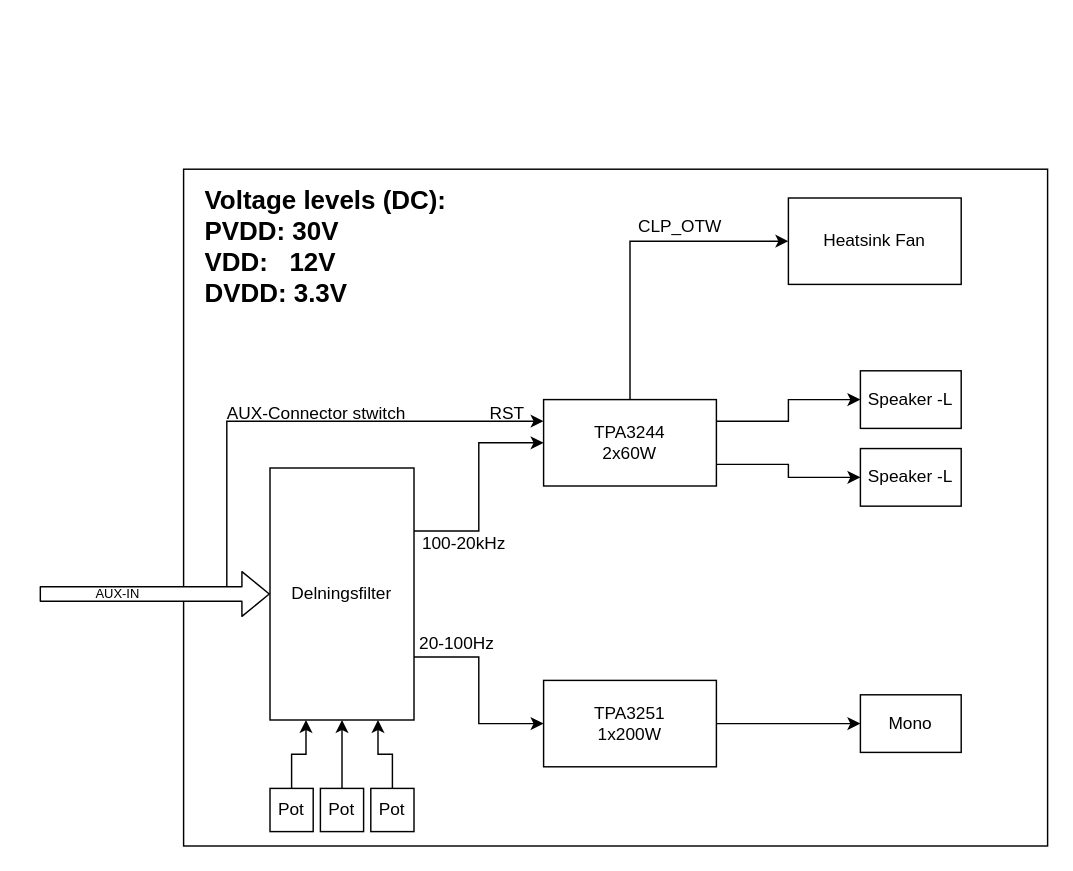
This is Documentation/Blockdiagram.drawio from JoeyStrandnes/TSTE93_Slutsteget, a draw.io file, before an edit. Source tidied: cells renumbered, new cells numbered last; positions are measured from the earlier drawing's top-left corner, leaving out a move shared by most shapes. Both pictures are drawn from the tidied source at 144%, with x=0, y=0 at pixel (39, 168).
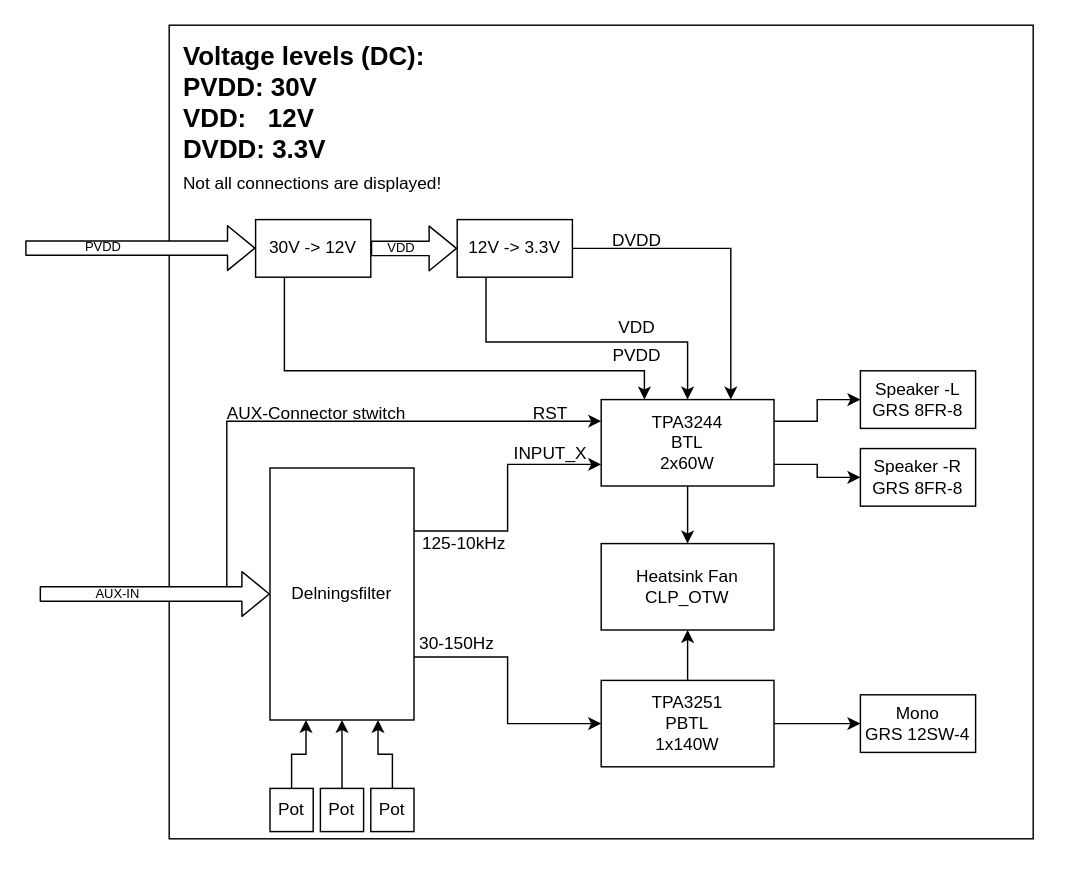
Above is the later version.

Commit message (it also covers changes not shown here):
Updated block diagram

Unchanged cells that the change refers to:
```xml
<mxCell id="11" value="Delningsfilter" style="rounded=0;whiteSpace=wrap;html=1;fillColor=none;" parent="1" vertex="1">
  <mxGeometry x="160" y="207.5" width="100" height="175" as="geometry" />
</mxCell>
```

Diff of the diagram source:
```diff
@@
     <mxCell id="2" style="rounded=0;whiteSpace=wrap;html=1;fillColor=none;" parent="1" vertex="1">
-      <mxGeometry x="100" width="600" height="470" as="geometry" />
+      <mxGeometry x="90" y="-100" width="600" height="565" as="geometry" />
     </mxCell>
-    <mxCell id="3" style="edgeStyle=orthogonalEdgeStyle;rounded=0;jettySize=auto;html=1;entryX=0;entryY=0.5;entryDx=0;entryDy=0;" parent="1" edge="1" source="6" target="20">
-      <mxGeometry relative="1" as="geometry">
-        <Array as="points">
-          <mxPoint x="410" y="50" />
-        </Array>
-      </mxGeometry>
-    </mxCell>
@@
+    <mxCell id="3" style="edgeStyle=orthogonalEdgeStyle;rounded=0;jettySize=auto;html=1;exitX=0.5;exitY=1;exitDx=0;exitDy=0;entryX=0.5;entryY=0;entryDx=0;entryDy=0;" parent="1" edge="1" source="6" target="20">
+      <mxGeometry relative="1" as="geometry" />
+    </mxCell>
-    <mxCell id="6" value="TPA3244&lt;br&gt;2x60W" style="rounded=0;whiteSpace=wrap;html=1;fillColor=none;" parent="1" vertex="1">
-      <mxGeometry x="350" y="160" width="120" height="60" as="geometry" />
+    <mxCell id="6" value="TPA3244&lt;br&gt;BTL&lt;br&gt;2x60W" style="rounded=0;whiteSpace=wrap;html=1;fillColor=none;" parent="1" vertex="1">
+      <mxGeometry x="390" y="160" width="120" height="60" as="geometry" />
     </mxCell>
@@
+    <mxCell id="31" style="edgeStyle=orthogonalEdgeStyle;rounded=0;jettySize=auto;html=1;exitX=0.5;exitY=0;exitDx=0;exitDy=0;entryX=0.5;entryY=1;entryDx=0;entryDy=0;" parent="1" edge="1" source="8" target="20">
+      <mxGeometry relative="1" as="geometry" />
+    </mxCell>
-    <mxCell id="8" value="TPA3251&lt;br&gt;1x200W" style="rounded=0;whiteSpace=wrap;html=1;fillColor=none;" parent="1" vertex="1">
-      <mxGeometry x="350" y="355" width="120" height="60" as="geometry" />
+    <mxCell id="8" value="TPA3251&lt;br&gt;PBTL&lt;br&gt;1x140W" style="rounded=0;whiteSpace=wrap;html=1;fillColor=none;" parent="1" vertex="1">
+      <mxGeometry x="390" y="355" width="120" height="60" as="geometry" />
     </mxCell>
-    <mxCell id="9" style="edgeStyle=orthogonalEdgeStyle;rounded=0;jettySize=auto;html=1;exitX=1;exitY=0.25;exitDx=0;exitDy=0;entryX=0;entryY=0.5;entryDx=0;entryDy=0;" parent="1" edge="1" source="11" target="6">
+    <mxCell id="9" style="edgeStyle=orthogonalEdgeStyle;rounded=0;jettySize=auto;html=1;exitX=1;exitY=0.25;exitDx=0;exitDy=0;entryX=0;entryY=0.75;entryDx=0;entryDy=0;" parent="1" edge="1" source="11" target="6">
       <mxGeometry relative="1" as="geometry" />
     </mxCell>
@@
-    <mxCell id="12" value="20-100Hz" style="text;html=1;strokeColor=none;fillColor=none;align=center;verticalAlign=middle;whiteSpace=wrap;rounded=0;" parent="1" vertex="1">
+    <mxCell id="12" value="30-150Hz" style="text;html=1;strokeColor=none;fillColor=none;align=center;verticalAlign=middle;whiteSpace=wrap;rounded=0;" parent="1" vertex="1">
       <mxGeometry x="260" y="320" width="60" height="20" as="geometry" />
     </mxCell>
-    <mxCell id="13" value="100-20kHz" style="text;html=1;strokeColor=none;fillColor=none;align=center;verticalAlign=middle;whiteSpace=wrap;rounded=0;" parent="1" vertex="1">
+    <mxCell id="13" value="125-10kHz" style="text;html=1;strokeColor=none;fillColor=none;align=center;verticalAlign=middle;whiteSpace=wrap;rounded=0;" parent="1" vertex="1">
       <mxGeometry x="260" y="250" width="70" height="20" as="geometry" />
     </mxCell>
@@
-    <mxCell id="20" value="Heatsink Fan" style="rounded=0;whiteSpace=wrap;html=1;fillColor=none;" parent="1" vertex="1">
-      <mxGeometry x="520" y="20" width="120" height="60" as="geometry" />
+    <mxCell id="20" value="Heatsink Fan&lt;br&gt;CLP_OTW" style="rounded=0;whiteSpace=wrap;html=1;fillColor=none;" parent="1" vertex="1">
+      <mxGeometry x="390" y="260" width="120" height="60" as="geometry" />
     </mxCell>
-    <mxCell id="21" value="CLP_OTW" style="text;html=1;strokeColor=none;fillColor=none;align=center;verticalAlign=middle;whiteSpace=wrap;rounded=0;" parent="1" vertex="1">
-      <mxGeometry x="410" y="30" width="70" height="20" as="geometry" />
-    </mxCell>
-    <mxCell id="22" value="Speaker -L" style="rounded=0;whiteSpace=wrap;html=1;fillColor=none;" parent="1" vertex="1">
-      <mxGeometry x="570" y="140" width="70" height="40" as="geometry" />
+    <mxCell id="22" value="Speaker -L&lt;br&gt;GRS 8FR-8" style="rounded=0;whiteSpace=wrap;html=1;fillColor=none;" parent="1" vertex="1">
+      <mxGeometry x="570" y="140" width="80" height="40" as="geometry" />
     </mxCell>
-    <mxCell id="23" value="Speaker -L" style="rounded=0;whiteSpace=wrap;html=1;fillColor=none;" parent="1" vertex="1">
-      <mxGeometry x="570" y="194" width="70" height="40" as="geometry" />
+    <mxCell id="23" value="Speaker -R&lt;br&gt;GRS 8FR-8" style="rounded=0;whiteSpace=wrap;html=1;fillColor=none;" parent="1" vertex="1">
+      <mxGeometry x="570" y="194" width="80" height="40" as="geometry" />
     </mxCell>
-    <mxCell id="24" value="Mono" style="rounded=0;whiteSpace=wrap;html=1;fillColor=none;" parent="1" vertex="1">
-      <mxGeometry x="570" y="365" width="70" height="40" as="geometry" />
+    <mxCell id="24" value="Mono&lt;br&gt;GRS 12SW-4" style="rounded=0;whiteSpace=wrap;html=1;fillColor=none;" parent="1" vertex="1">
+      <mxGeometry x="570" y="365" width="80" height="40" as="geometry" />
     </mxCell>
@@
-    <mxCell id="27" value="&lt;h1&gt;Voltage levels (DC):&lt;br&gt;PVDD: 30V&lt;br&gt;VDD:&amp;nbsp; &amp;nbsp;12V&lt;br&gt;DVDD: 3.3V&lt;/h1&gt;" style="text;html=1;strokeColor=none;fillColor=none;spacing=5;spacingTop=-20;whiteSpace=wrap;overflow=hidden;rounded=0;labelBackgroundColor=none;fontSize=9;" parent="1" vertex="1">
-      <mxGeometry x="110" y="10" width="190" height="120" as="geometry" />
+    <mxCell id="27" value="&lt;h1&gt;Voltage levels (DC):&lt;br&gt;PVDD: 30V&lt;br&gt;VDD:&amp;nbsp; &amp;nbsp;12V&lt;br&gt;DVDD: 3.3V&lt;br&gt;&lt;span style=&quot;font-weight: normal&quot;&gt;&lt;font style=&quot;font-size: 12px&quot;&gt;Not all connections are displayed!&lt;/font&gt;&lt;/span&gt;&lt;/h1&gt;" style="text;html=1;strokeColor=none;fillColor=none;spacing=5;spacingTop=-20;whiteSpace=wrap;overflow=hidden;rounded=0;labelBackgroundColor=none;fontSize=9;" parent="1" vertex="1">
+      <mxGeometry x="95" y="-90" width="190" height="120" as="geometry" />
     </mxCell>
@@
     <mxCell id="30" value="RST" style="text;html=1;strokeColor=none;fillColor=none;align=center;verticalAlign=middle;whiteSpace=wrap;rounded=0;" parent="1" vertex="1">
-      <mxGeometry x="310" y="160" width="30" height="20" as="geometry" />
+      <mxGeometry x="340" y="160" width="30" height="20" as="geometry" />
     </mxCell>
+    <mxCell id="32" style="shape=flexArrow;endArrow=classic;html=1;entryX=0;entryY=0.5;entryDx=0;entryDy=0;fillColor=#ffffff;" parent="1" edge="1">
+      <mxGeometry relative="1" as="geometry">
+        <mxPoint x="-10" y="54.8" as="sourcePoint" />
+        <mxPoint x="150" y="54.8" as="targetPoint" />
+      </mxGeometry>
+    </mxCell>
+    <mxCell id="33" value="PVDD" style="edgeLabel;html=1;align=center;verticalAlign=middle;labelBackgroundColor=none;fontSize=9;" parent="32" vertex="1">
+      <mxGeometry x="-0.34" y="1" relative="1" as="geometry" />
+    </mxCell>
+    <mxCell id="34" style="edgeStyle=orthogonalEdgeStyle;rounded=0;jettySize=auto;html=1;" parent="1" edge="1" source="37" target="39">
+      <mxGeometry relative="1" as="geometry" />
+    </mxCell>
+    <mxCell id="35" style="edgeStyle=orthogonalEdgeStyle;rounded=0;jettySize=auto;html=1;exitX=0.25;exitY=1;exitDx=0;exitDy=0;entryX=0.25;entryY=0;entryDx=0;entryDy=0;" parent="1" edge="1" source="37" target="6">
+      <mxGeometry relative="1" as="geometry">
+        <Array as="points">
+          <mxPoint x="170" y="140" />
+          <mxPoint x="420" y="140" />
+        </Array>
+      </mxGeometry>
+    </mxCell>
+    <mxCell id="36" style="edgeStyle=orthogonalEdgeStyle;rounded=0;jettySize=auto;html=1;exitX=0.25;exitY=1;exitDx=0;exitDy=0;" parent="1" edge="1" source="39" target="6">
+      <mxGeometry relative="1" as="geometry">
+        <Array as="points">
+          <mxPoint x="310" y="120" />
+          <mxPoint x="450" y="120" />
+        </Array>
+      </mxGeometry>
+    </mxCell>
+    <mxCell id="37" value="30V -&amp;gt; 12V" style="rounded=0;whiteSpace=wrap;html=1;fillColor=none;" parent="1" vertex="1">
+      <mxGeometry x="150" y="35" width="80" height="40" as="geometry" />
+    </mxCell>
+    <mxCell id="38" style="edgeStyle=orthogonalEdgeStyle;rounded=0;jettySize=auto;html=1;exitX=1;exitY=0.5;exitDx=0;exitDy=0;entryX=0.75;entryY=0;entryDx=0;entryDy=0;" parent="1" edge="1" source="39" target="6">
+      <mxGeometry relative="1" as="geometry" />
+    </mxCell>
+    <mxCell id="39" value="12V -&amp;gt; 3.3V" style="rounded=0;whiteSpace=wrap;html=1;fillColor=none;" parent="1" vertex="1">
+      <mxGeometry x="290" y="35" width="80" height="40" as="geometry" />
+    </mxCell>
+    <mxCell id="40" style="shape=flexArrow;endArrow=classic;html=1;entryX=0;entryY=0.5;entryDx=0;entryDy=0;fillColor=#ffffff;" parent="1" edge="1" target="39">
+      <mxGeometry relative="1" as="geometry">
+        <mxPoint x="230" y="55" as="sourcePoint" />
+      </mxGeometry>
+    </mxCell>
+    <mxCell id="41" value="VDD" style="edgeLabel;html=1;align=center;verticalAlign=middle;labelBackgroundColor=none;fontSize=9;" parent="40" vertex="1">
+      <mxGeometry x="-0.34" y="1" relative="1" as="geometry" />
+    </mxCell>
+    <mxCell id="42" value="INPUT_X" style="text;html=1;strokeColor=none;fillColor=none;align=center;verticalAlign=middle;whiteSpace=wrap;rounded=0;" parent="1" vertex="1">
+      <mxGeometry x="340" y="187.5" width="30" height="20" as="geometry" />
+    </mxCell>
+    <mxCell id="43" value="PVDD" style="text;html=1;strokeColor=none;fillColor=none;align=center;verticalAlign=middle;whiteSpace=wrap;rounded=0;" parent="1" vertex="1">
+      <mxGeometry x="400" y="120" width="30" height="20" as="geometry" />
+    </mxCell>
+    <mxCell id="44" value="VDD" style="text;html=1;strokeColor=none;fillColor=none;align=center;verticalAlign=middle;whiteSpace=wrap;rounded=0;" parent="1" vertex="1">
+      <mxGeometry x="400" y="100" width="30" height="20" as="geometry" />
+    </mxCell>
+    <mxCell id="45" value="DVDD" style="text;html=1;strokeColor=none;fillColor=none;align=center;verticalAlign=middle;whiteSpace=wrap;rounded=0;" parent="1" vertex="1">
+      <mxGeometry x="400" y="40" width="30" height="20" as="geometry" />
+    </mxCell>
```
